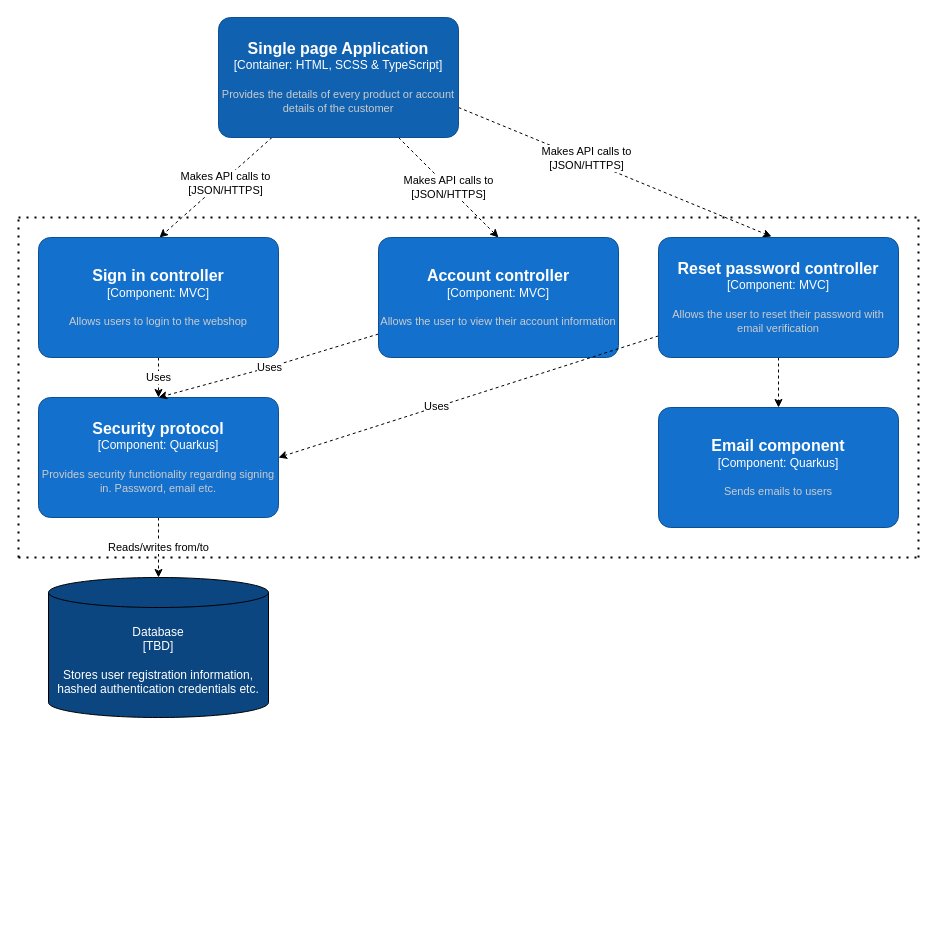
Instruweb/Documentation keeps this draw.io diagram as page "Component diagram (API)" (4 of 5) of Documentation/S3IP - Instruweb.drawio. Above is the earlier version. Source tidied: cells renumbered, new cells numbered last; positions are measured from the earlier drawing's top-left corner, leaving out a move shared by most shapes. Both pictures are drawn from the tidied source at 100%, with x=0, y=0 at pixel (18, 17).
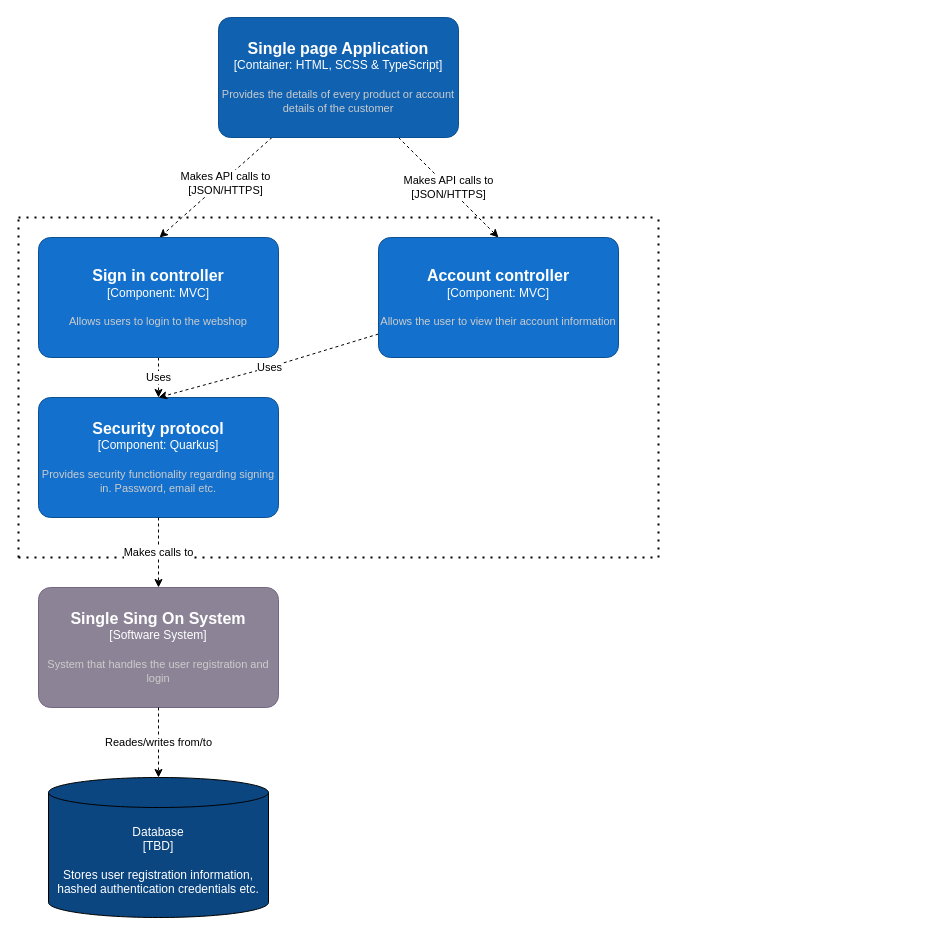
The same diagram, later.

Commit message (it also covers changes not shown here):
updated software achritecture. added explaination for async functions.

Unchanged cells that the change refers to:
```xml
<object id="7" label="&lt;font style=&quot;font-size: 16px&quot;&gt;&lt;b&gt;%c4Name%&lt;/b&gt;&lt;/font&gt;&lt;div&gt;[%c4Type%]&lt;/div&gt;&lt;br&gt;&lt;div&gt;&lt;font style=&quot;font-size: 11px&quot;&gt;&lt;font color=&quot;#cccccc&quot;&gt;%c4Description%&lt;/font&gt;&lt;/div&gt;" c4Description="Provides the details of every product or account details of the customer" c4Name="Single page Application" c4Type="Container: HTML, SCSS &amp; TypeScript" placeholders="1">
  <mxCell style="rounded=1;whiteSpace=wrap;html=1;labelBackgroundColor=none;fillColor=#1061B0;fontColor=#ffffff;align=center;arcSize=10;strokeColor=#0D5091;points=[[0.25,0,0],[0.5,0,0],[0.75,0,0],[1,0.25,0],[1,0.5,0],[1,0.75,0],[0.75,1,0],[0.5,1,0],[0.25,1,0],[0,0.75,0],[0,0.5,0],[0,0.25,0]];" parent="1" vertex="1">
    <mxGeometry x="200" width="240" height="120" as="geometry" />
  </mxCell>
</object>
<object id="11" label="&lt;font style=&quot;font-size: 16px&quot;&gt;&lt;b&gt;%c4Name%&lt;/b&gt;&lt;/font&gt;&lt;div&gt;[%c4Type%]&lt;/div&gt;&lt;br&gt;&lt;div&gt;&lt;font style=&quot;font-size: 11px&quot;&gt;&lt;font color=&quot;#cccccc&quot;&gt;%c4Description%&lt;/font&gt;&lt;/div&gt;" c4Description="Provides security functionality regarding signing in. Password, email etc." c4Name="Security protocol" c4Type="Component: Quarkus" placeholders="1">
  <mxCell style="rounded=1;whiteSpace=wrap;html=1;labelBackgroundColor=none;fillColor=#1370CC;fontColor=#ffffff;align=center;arcSize=10;strokeColor=#0D5091;points=[[0.25,0,0],[0.5,0,0],[0.75,0,0],[1,0.25,0],[1,0.5,0],[1,0.75,0],[0.75,1,0],[0.5,1,0],[0.25,1,0],[0,0.75,0],[0,0.5,0],[0,0.25,0]];" parent="1" vertex="1">
    <mxGeometry x="20" y="380" width="240" height="120" as="geometry" />
  </mxCell>
</object>
```

The edit, as a diff of the source:
```diff
@@
-    <mxCell id="5" style="edgeStyle=none;rounded=0;jettySize=auto;html=1;exitX=1;exitY=0.75;exitDx=0;exitDy=0;exitPerimeter=0;entryX=0.471;entryY=-0.008;entryDx=0;entryDy=0;entryPerimeter=0;dashed=1;" parent="1" edge="1" source="7" target="18">
-      <mxGeometry relative="1" as="geometry" />
-    </mxCell>
-    <mxCell id="6" value="Makes API calls to&lt;br&gt;[JSON/HTTPS]" style="edgeLabel;html=1;align=center;verticalAlign=middle;" parent="5" vertex="1">
-      <mxGeometry x="-0.19" y="2" relative="1" as="geometry" />
-    </mxCell>
@@
-    <mxCell id="10" value="Reads/writes from/to" style="edgeStyle=none;rounded=0;jettySize=auto;html=1;dashed=1;" parent="1" edge="1" source="11" target="14">
-      <mxGeometry relative="1" as="geometry" />
-    </mxCell>
@@
     <mxCell id="14" value="&lt;font color=&quot;#ffffff&quot;&gt;Database&lt;br&gt;[TBD]&lt;br&gt;&lt;br&gt;Stores user registration information, hashed authentication credentials etc.&lt;/font&gt;" style="shape=cylinder3;whiteSpace=wrap;html=1;boundedLbl=1;backgroundOutline=1;size=15;fillColor=#0C4680;" parent="1" vertex="1">
-      <mxGeometry x="30" y="560" width="220" height="140" as="geometry" />
+      <mxGeometry x="30" y="760" width="220" height="140" as="geometry" />
     </mxCell>
-    <mxCell id="15" style="edgeStyle=none;rounded=0;jettySize=auto;html=1;entryX=1;entryY=0.5;entryDx=0;entryDy=0;entryPerimeter=0;dashed=1;" parent="1" edge="1" source="18" target="11">
-      <mxGeometry relative="1" as="geometry" />
-    </mxCell>
-    <mxCell id="16" value="Uses" style="edgeLabel;html=1;align=center;verticalAlign=middle;" parent="15" vertex="1">
-      <mxGeometry x="0.17" y="-1" relative="1" as="geometry" />
-    </mxCell>
-    <mxCell id="17" style="edgeStyle=none;rounded=0;jettySize=auto;html=1;entryX=0.5;entryY=0;entryDx=0;entryDy=0;entryPerimeter=0;dashed=1;" parent="1" edge="1" source="18" target="19">
-      <mxGeometry relative="1" as="geometry" />
-    </mxCell>
-    <object id="18" label="&lt;font style=&quot;font-size: 16px&quot;&gt;&lt;b&gt;%c4Name%&lt;/b&gt;&lt;/font&gt;&lt;div&gt;[%c4Type%]&lt;/div&gt;&lt;br&gt;&lt;div&gt;&lt;font style=&quot;font-size: 11px&quot;&gt;&lt;font color=&quot;#cccccc&quot;&gt;%c4Description%&lt;/font&gt;&lt;/div&gt;" c4Description="Allows the user to reset their password with email verification" c4Name="Reset password controller" c4Type="Component: MVC" placeholders="1">
-      <mxCell style="rounded=1;whiteSpace=wrap;html=1;labelBackgroundColor=none;fillColor=#1370CC;fontColor=#ffffff;align=center;arcSize=10;strokeColor=#0D5091;points=[[0.25,0,0],[0.5,0,0],[0.75,0,0],[1,0.25,0],[1,0.5,0],[1,0.75,0],[0.75,1,0],[0.5,1,0],[0.25,1,0],[0,0.75,0],[0,0.5,0],[0,0.25,0]];" parent="1" vertex="1">
-        <mxGeometry x="640" y="220" width="240" height="120" as="geometry" />
-      </mxCell>
-    </object>
-    <object id="19" label="&lt;font style=&quot;font-size: 16px&quot;&gt;&lt;b&gt;%c4Name%&lt;/b&gt;&lt;/font&gt;&lt;div&gt;[%c4Type%]&lt;/div&gt;&lt;br&gt;&lt;div&gt;&lt;font style=&quot;font-size: 11px&quot;&gt;&lt;font color=&quot;#cccccc&quot;&gt;%c4Description%&lt;/font&gt;&lt;/div&gt;" c4Description="Sends emails to users" c4Name="Email component" c4Type="Component: Quarkus" placeholders="1">
-      <mxCell style="rounded=1;whiteSpace=wrap;html=1;labelBackgroundColor=none;fillColor=#1370CC;fontColor=#ffffff;align=center;arcSize=10;strokeColor=#0D5091;points=[[0.25,0,0],[0.5,0,0],[0.75,0,0],[1,0.25,0],[1,0.5,0],[1,0.75,0],[0.75,1,0],[0.5,1,0],[0.25,1,0],[0,0.75,0],[0,0.5,0],[0,0.25,0]];" parent="1" vertex="1">
-        <mxGeometry x="640" y="390" width="240" height="120" as="geometry" />
-      </mxCell>
-    </object>
     <mxCell id="20" style="endArrow=none;dashed=1;html=1;dashPattern=1 3;strokeWidth=2;rounded=0;" parent="1" edge="1">
       <mxGeometry relative="1" as="geometry">
         <mxPoint y="540" as="sourcePoint" />
-        <mxPoint x="900" y="540" as="targetPoint" />
+        <mxPoint x="640" y="540" as="targetPoint" />
       </mxGeometry>
     </mxCell>
     <mxCell id="21" style="endArrow=none;dashed=1;html=1;dashPattern=1 3;strokeWidth=2;rounded=0;" parent="1" edge="1">
       <mxGeometry relative="1" as="geometry">
-        <mxPoint x="900" y="540" as="sourcePoint" />
-        <mxPoint x="900" y="200" as="targetPoint" />
+        <mxPoint x="640" y="540" as="sourcePoint" />
+        <mxPoint x="640" y="200" as="targetPoint" />
       </mxGeometry>
     </mxCell>
     <mxCell id="22" style="endArrow=none;dashed=1;html=1;dashPattern=1 3;strokeWidth=2;rounded=0;" parent="1" edge="1">
       <mxGeometry relative="1" as="geometry">
         <mxPoint y="200" as="sourcePoint" />
-        <mxPoint x="900" y="200" as="targetPoint" />
+        <mxPoint x="640" y="200" as="targetPoint" />
       </mxGeometry>
     </mxCell>
@@
+    <object id="24" label="&lt;font style=&quot;font-size: 16px&quot;&gt;&lt;b&gt;%c4Name%&lt;/b&gt;&lt;/font&gt;&lt;div&gt;[%c4Type%]&lt;/div&gt;&lt;br&gt;&lt;div&gt;&lt;font style=&quot;font-size: 11px&quot;&gt;&lt;font color=&quot;#cccccc&quot;&gt;%c4Description%&lt;/font&gt;&lt;/div&gt;" c4Description="System that handles the user registration and login" c4Name="Single Sing On System" c4Type="Software System" placeholders="1">
+      <mxCell style="rounded=1;whiteSpace=wrap;html=1;labelBackgroundColor=none;fillColor=#8C8496;fontColor=#ffffff;align=center;arcSize=10;strokeColor=#736782;points=[[0.25,0,0],[0.5,0,0],[0.75,0,0],[1,0.25,0],[1,0.5,0],[1,0.75,0],[0.75,1,0],[0.5,1,0],[0.25,1,0],[0,0.75,0],[0,0.5,0],[0,0.25,0]];" parent="1" vertex="1">
+        <mxGeometry x="20" y="570" width="240" height="120" as="geometry" />
+      </mxCell>
+    </object>
+    <mxCell id="25" value="Makes calls to" style="edgeStyle=none;rounded=0;jettySize=auto;html=1;dashed=1;entryX=0.5;entryY=0;entryDx=0;entryDy=0;entryPerimeter=0;" parent="1" edge="1" target="24">
+      <mxGeometry relative="1" as="geometry">
+        <mxPoint x="140" y="500" as="sourcePoint" />
+        <Array as="points">
+          <mxPoint x="140" y="540" />
+        </Array>
+      </mxGeometry>
+    </mxCell>
+    <mxCell id="26" value="Reades/writes from/to" style="edgeStyle=none;rounded=0;jettySize=auto;html=1;dashed=1;entryX=0.5;entryY=0;entryDx=0;entryDy=0;entryPerimeter=0;" parent="1" edge="1" target="14">
+      <mxGeometry relative="1" as="geometry">
+        <mxPoint x="140" y="690" as="sourcePoint" />
+        <Array as="points">
+          <mxPoint x="140" y="730" />
+        </Array>
+      </mxGeometry>
+    </mxCell>
```
